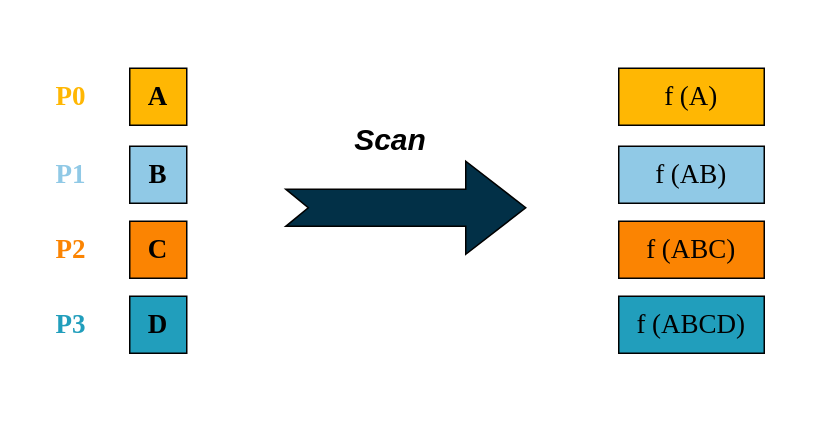
The draw.io diagram drawio/ch-mpi/scan.drawio in godaai/scale-py-zh, before the edit. Source tidied: cells renumbered, new cells numbered last; positions are measured from the earlier drawing's top-left corner, leaving out a move shared by most shapes. Both pictures are drawn from the tidied source at 150%, with x=0, y=0 at pixel (26, 26).
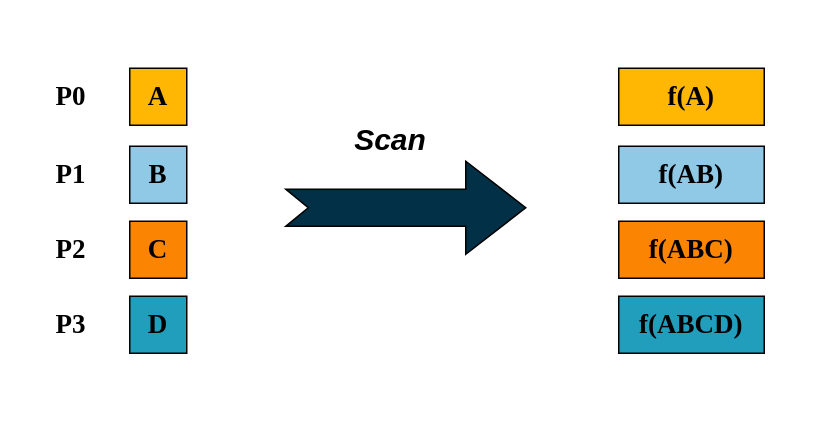
The same diagram, later.

What changed in the source:
```diff
@@
 <mxGraphModel>
   <root>
     <mxCell id="0" />
     <mxCell id="1" parent="0" />
     <mxCell id="2" style="rounded=0;whiteSpace=wrap;html=1;strokeColor=none;fillColor=none;" parent="1" vertex="1">
       <mxGeometry x="2" width="515" height="250" as="geometry" />
     </mxCell>
     <mxCell id="3" value="&lt;font style=&quot;font-size: 18px;&quot; face=&quot;Times New Roman&quot;&gt;&lt;b&gt;A&lt;/b&gt;&lt;/font&gt;" style="whiteSpace=wrap;html=1;fillColor=#FFB703;" parent="1" vertex="1">
       <mxGeometry x="69" y="28" width="38" height="38" as="geometry" />
     </mxCell>
     <mxCell id="4" value="&lt;font face=&quot;Times New Roman&quot;&gt;&lt;span style=&quot;font-size: 18px;&quot;&gt;&lt;b&gt;B&lt;/b&gt;&lt;/span&gt;&lt;/font&gt;" style="whiteSpace=wrap;html=1;fillColor=#90C9E6;" parent="1" vertex="1">
       <mxGeometry x="69" y="80" width="38" height="38" as="geometry" />
     </mxCell>
     <mxCell id="5" value="&lt;font face=&quot;Times New Roman&quot;&gt;&lt;span style=&quot;font-size: 18px;&quot;&gt;&lt;b&gt;C&lt;/b&gt;&lt;/span&gt;&lt;/font&gt;" style="whiteSpace=wrap;html=1;fillColor=#FB8402;" parent="1" vertex="1">
       <mxGeometry x="69" y="130" width="38" height="38" as="geometry" />
     </mxCell>
     <mxCell id="6" value="&lt;font face=&quot;Times New Roman&quot;&gt;&lt;span style=&quot;font-size: 18px;&quot;&gt;&lt;b&gt;D&lt;/b&gt;&lt;/span&gt;&lt;/font&gt;" style="whiteSpace=wrap;html=1;fillColor=#219EBC;" parent="1" vertex="1">
       <mxGeometry x="69" y="180" width="38" height="38" as="geometry" />
     </mxCell>
-    <mxCell id="7" value="&lt;font color=&quot;#ffb703&quot; style=&quot;font-size: 18px;&quot; face=&quot;Times New Roman&quot;&gt;&lt;b&gt;P0&lt;/b&gt;&lt;/font&gt;" style="text;html=1;strokeColor=none;fillColor=none;align=center;verticalAlign=middle;whiteSpace=wrap;rounded=0;" parent="1" vertex="1">
+    <mxCell id="7" value="&lt;font style=&quot;font-size: 18px;&quot; face=&quot;Times New Roman&quot;&gt;&lt;b&gt;P0&lt;/b&gt;&lt;/font&gt;" style="text;html=1;strokeColor=none;fillColor=none;align=center;verticalAlign=middle;whiteSpace=wrap;rounded=0;fontColor=#000000;" parent="1" vertex="1">
       <mxGeometry y="32" width="60" height="30" as="geometry" />
     </mxCell>
-    <mxCell id="8" value="&lt;font color=&quot;#90c9e6&quot; style=&quot;font-size: 18px;&quot; face=&quot;Times New Roman&quot;&gt;&lt;b&gt;P1&lt;/b&gt;&lt;/font&gt;" style="text;html=1;strokeColor=none;fillColor=none;align=center;verticalAlign=middle;whiteSpace=wrap;rounded=0;" parent="1" vertex="1">
+    <mxCell id="8" value="&lt;font style=&quot;font-size: 18px;&quot; face=&quot;Times New Roman&quot;&gt;&lt;b&gt;P1&lt;/b&gt;&lt;/font&gt;" style="text;html=1;strokeColor=none;fillColor=none;align=center;verticalAlign=middle;whiteSpace=wrap;rounded=0;fontColor=#000000;" parent="1" vertex="1">
       <mxGeometry y="84" width="60" height="30" as="geometry" />
     </mxCell>
-    <mxCell id="9" value="&lt;font color=&quot;#fb8402&quot; style=&quot;font-size: 18px;&quot; face=&quot;Times New Roman&quot;&gt;&lt;b&gt;P2&lt;/b&gt;&lt;/font&gt;" style="text;html=1;strokeColor=none;fillColor=none;align=center;verticalAlign=middle;whiteSpace=wrap;rounded=0;" parent="1" vertex="1">
+    <mxCell id="9" value="&lt;font style=&quot;font-size: 18px;&quot; face=&quot;Times New Roman&quot;&gt;&lt;b&gt;P2&lt;/b&gt;&lt;/font&gt;" style="text;html=1;strokeColor=none;fillColor=none;align=center;verticalAlign=middle;whiteSpace=wrap;rounded=0;fontColor=#000000;" parent="1" vertex="1">
       <mxGeometry y="134" width="60" height="30" as="geometry" />
     </mxCell>
-    <mxCell id="10" value="&lt;font color=&quot;#219ebc&quot; style=&quot;font-size: 18px;&quot; face=&quot;Times New Roman&quot;&gt;&lt;b&gt;P3&lt;/b&gt;&lt;/font&gt;" style="text;html=1;strokeColor=none;fillColor=none;align=center;verticalAlign=middle;whiteSpace=wrap;rounded=0;" parent="1" vertex="1">
+    <mxCell id="10" value="&lt;font style=&quot;font-size: 18px;&quot; face=&quot;Times New Roman&quot;&gt;&lt;b&gt;P3&lt;/b&gt;&lt;/font&gt;" style="text;html=1;strokeColor=none;fillColor=none;align=center;verticalAlign=middle;whiteSpace=wrap;rounded=0;fontColor=#000000;" parent="1" vertex="1">
       <mxGeometry y="184" width="60" height="30" as="geometry" />
     </mxCell>
     <mxCell id="11" style="html=1;shadow=0;dashed=0;align=center;verticalAlign=middle;shape=mxgraph.arrows2.arrow;dy=0.6;dx=40;notch=15;fillColor=#023047;" parent="1" vertex="1">
       <mxGeometry x="173" y="90" width="160" height="62" as="geometry" />
     </mxCell>
     <mxCell id="12" value="&lt;font style=&quot;font-size: 20px;&quot;&gt;&lt;b style=&quot;&quot;&gt;&lt;i style=&quot;&quot;&gt;Scan&lt;br&gt;&lt;/i&gt;&lt;/b&gt;&lt;/font&gt;" style="text;html=1;strokeColor=none;fillColor=none;align=center;verticalAlign=middle;whiteSpace=wrap;rounded=0;" parent="1" vertex="1">
       <mxGeometry x="176" y="60" width="134" height="30" as="geometry" />
     </mxCell>
-    <mxCell id="13" value="&lt;font face=&quot;Times New Roman&quot; style=&quot;font-size: 18px;&quot;&gt;f (A)&lt;/font&gt;" style="rounded=0;whiteSpace=wrap;html=1;fillColor=#FFB703;" parent="1" vertex="1">
+    <mxCell id="13" value="&lt;font face=&quot;Times New Roman&quot; style=&quot;font-size: 18px;&quot;&gt;f(A)&lt;/font&gt;" style="rounded=0;whiteSpace=wrap;html=1;fillColor=#FFB703;fontStyle=1;" parent="1" vertex="1">
       <mxGeometry x="395" y="28" width="97" height="38" as="geometry" />
     </mxCell>
-    <mxCell id="14" value="&lt;font style=&quot;font-size: 18px;&quot; face=&quot;Times New Roman&quot;&gt;f (AB)&lt;/font&gt;" style="rounded=0;whiteSpace=wrap;html=1;fillColor=#90C9E6;" parent="1" vertex="1">
+    <mxCell id="14" value="&lt;font style=&quot;font-size: 18px;&quot; face=&quot;Times New Roman&quot;&gt;f(AB)&lt;/font&gt;" style="rounded=0;whiteSpace=wrap;html=1;fillColor=#90C9E6;fontStyle=1;" parent="1" vertex="1">
       <mxGeometry x="395" y="80" width="97" height="38" as="geometry" />
     </mxCell>
-    <mxCell id="15" value="&lt;font style=&quot;font-size: 18px;&quot; face=&quot;Times New Roman&quot;&gt;f (ABC)&lt;/font&gt;" style="rounded=0;whiteSpace=wrap;html=1;fillColor=#FB8402;" parent="1" vertex="1">
+    <mxCell id="15" value="&lt;font style=&quot;font-size: 18px;&quot; face=&quot;Times New Roman&quot;&gt;f(ABC)&lt;/font&gt;" style="rounded=0;whiteSpace=wrap;html=1;fillColor=#FB8402;fontStyle=1;" parent="1" vertex="1">
       <mxGeometry x="395" y="130" width="97" height="38" as="geometry" />
     </mxCell>
-    <mxCell id="16" value="&lt;font style=&quot;font-size: 18px;&quot; face=&quot;Times New Roman&quot;&gt;f (ABCD)&lt;/font&gt;" style="rounded=0;whiteSpace=wrap;html=1;fillColor=#219EBC;" parent="1" vertex="1">
+    <mxCell id="16" value="&lt;font style=&quot;font-size: 18px;&quot; face=&quot;Times New Roman&quot;&gt;f(ABCD)&lt;/font&gt;" style="rounded=0;whiteSpace=wrap;html=1;fillColor=#219EBC;fontStyle=1;" parent="1" vertex="1">
       <mxGeometry x="395" y="180" width="97" height="38" as="geometry" />
     </mxCell>
   </root>
 </mxGraphModel>
```
